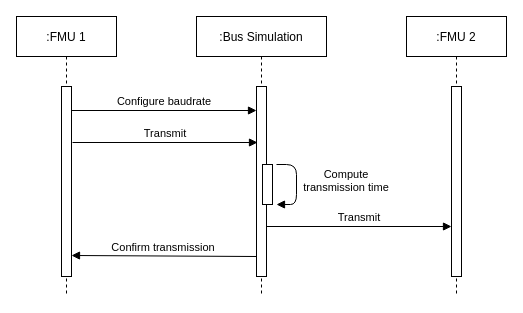
This is docs/images/principles_of_communication_complex.drawio from modelica/fmi-ls-bus, a draw.io file, before an edit. Source tidied: cells renumbered, new cells numbered last; positions are measured from the earlier drawing's top-left corner, leaving out a move shared by most shapes. Both pictures are drawn from the tidied source at 100%, with x=0, y=0 at pixel (16, 16).
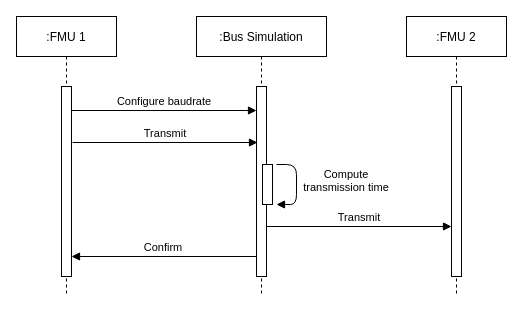
The same diagram, later.

Change to the diagram source:
```diff
@@
-    <mxCell id="13" value="Confirm transmission" style="verticalAlign=bottom;endArrow=block;shadow=0;strokeWidth=1;" parent="1" edge="1">
+    <mxCell id="13" value="Confirm" style="verticalAlign=bottom;endArrow=block;shadow=0;strokeWidth=1;" parent="1" edge="1">
       <mxGeometry x="0.01" relative="1" as="geometry">
         <mxPoint x="240" y="240" as="sourcePoint" />
-        <mxPoint x="55" y="239" as="targetPoint" />
+        <mxPoint x="55" y="240" as="targetPoint" />
       </mxGeometry>
     </mxCell>
```
